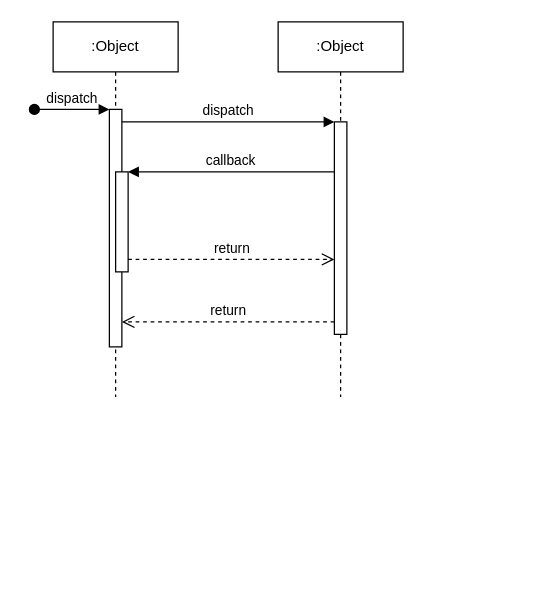
kotakota4/AndoDatasetCollectionSystem keeps this draw.io diagram as Sequence.drawio. Above is the earlier version. Source tidied: cells renumbered, new cells numbered last; positions are measured from the earlier drawing's top-left corner, leaving out a move shared by most shapes. Both pictures are drawn from the tidied source at 125%, with x=0, y=0 at pixel (34, 21).
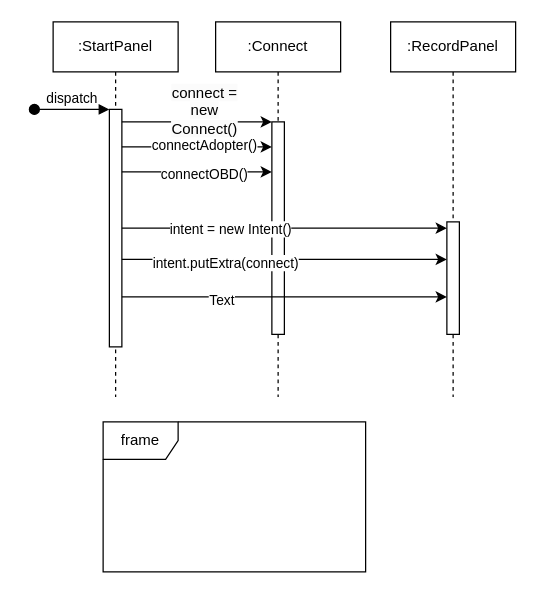
The same page after the edit.

The change refers to these unchanged cells:
```xml
<mxCell id="3" style="html=1;points=[];perimeter=orthogonalPerimeter;outlineConnect=0;targetShapes=umlLifeline;portConstraint=eastwest;newEdgeStyle={&quot;edgeStyle&quot;:&quot;elbowEdgeStyle&quot;,&quot;elbow&quot;:&quot;vertical&quot;,&quot;curved&quot;:0,&quot;rounded&quot;:0};" parent="2" vertex="1">
  <mxGeometry x="45" y="70" width="10" height="190" as="geometry" />
</mxCell>
```

What changed in the source:
```diff
@@
-    <mxCell id="2" value=":Object" style="shape=umlLifeline;perimeter=lifelinePerimeter;whiteSpace=wrap;html=1;newEdgeStyle={&quot;edgeStyle&quot;:&quot;elbowEdgeStyle&quot;,&quot;elbow&quot;:&quot;vertical&quot;,&quot;curved&quot;:0,&quot;rounded&quot;:0};" parent="1" vertex="1">
+    <mxCell id="2" value=":StartPanel" style="shape=umlLifeline;perimeter=lifelinePerimeter;whiteSpace=wrap;html=1;newEdgeStyle={&quot;edgeStyle&quot;:&quot;elbowEdgeStyle&quot;,&quot;elbow&quot;:&quot;vertical&quot;,&quot;curved&quot;:0,&quot;rounded&quot;:0};" parent="1" vertex="1">
       <mxGeometry x="15" width="100" height="300" as="geometry" />
     </mxCell>
@@
-    <mxCell id="5" style="html=1;points=[];perimeter=orthogonalPerimeter;outlineConnect=0;targetShapes=umlLifeline;portConstraint=eastwest;newEdgeStyle={&quot;edgeStyle&quot;:&quot;elbowEdgeStyle&quot;,&quot;elbow&quot;:&quot;vertical&quot;,&quot;curved&quot;:0,&quot;rounded&quot;:0};" parent="2" vertex="1">
-      <mxGeometry x="50" y="120" width="10" height="80" as="geometry" />
-    </mxCell>
-    <mxCell id="6" value=":Object" style="shape=umlLifeline;perimeter=lifelinePerimeter;whiteSpace=wrap;html=1;newEdgeStyle={&quot;edgeStyle&quot;:&quot;elbowEdgeStyle&quot;,&quot;elbow&quot;:&quot;vertical&quot;,&quot;curved&quot;:0,&quot;rounded&quot;:0};" parent="1" vertex="1">
-      <mxGeometry x="195" width="100" height="300" as="geometry" />
+    <mxCell id="6" value=":RecordPanel" style="shape=umlLifeline;perimeter=lifelinePerimeter;whiteSpace=wrap;html=1;newEdgeStyle={&quot;edgeStyle&quot;:&quot;elbowEdgeStyle&quot;,&quot;elbow&quot;:&quot;vertical&quot;,&quot;curved&quot;:0,&quot;rounded&quot;:0};" parent="1" vertex="1">
+      <mxGeometry x="285" width="100" height="300" as="geometry" />
     </mxCell>
     <mxCell id="7" style="html=1;points=[];perimeter=orthogonalPerimeter;outlineConnect=0;targetShapes=umlLifeline;portConstraint=eastwest;newEdgeStyle={&quot;edgeStyle&quot;:&quot;elbowEdgeStyle&quot;,&quot;elbow&quot;:&quot;vertical&quot;,&quot;curved&quot;:0,&quot;rounded&quot;:0};" parent="6" vertex="1">
-      <mxGeometry x="45" y="80" width="10" height="170" as="geometry" />
+      <mxGeometry x="45" y="160" width="10" height="90" as="geometry" />
     </mxCell>
+    <mxCell id="12" value="frame" style="shape=umlFrame;whiteSpace=wrap;html=1;" parent="1" vertex="1">
+      <mxGeometry x="55" y="320" width="210" height="120" as="geometry" />
+    </mxCell>
+    <mxCell id="13" style="endArrow=classic;html=1;rounded=0;" parent="1" edge="1">
+      <mxGeometry relative="1" as="geometry">
+        <mxPoint x="70" y="80" as="sourcePoint" />
+        <mxPoint x="190" y="80" as="targetPoint" />
+      </mxGeometry>
+    </mxCell>
+    <mxCell id="14" value="&lt;span style=&quot;font-size: 12px; text-wrap: wrap; background-color: rgb(251, 251, 251);&quot;&gt;connect = new Connect()&lt;/span&gt;" style="edgeLabel;html=1;align=center;verticalAlign=middle;" parent="13" vertex="1">
+      <mxGeometry x="0.41" y="1" relative="1" as="geometry">
+        <mxPoint x="-20" y="-9" as="offset" />
+      </mxGeometry>
+    </mxCell>
+    <mxCell id="15" value=":Connect" style="shape=umlLifeline;perimeter=lifelinePerimeter;whiteSpace=wrap;html=1;newEdgeStyle={&quot;edgeStyle&quot;:&quot;elbowEdgeStyle&quot;,&quot;elbow&quot;:&quot;vertical&quot;,&quot;curved&quot;:0,&quot;rounded&quot;:0};" parent="1" vertex="1">
+      <mxGeometry x="145" width="100" height="300" as="geometry" />
+    </mxCell>
+    <mxCell id="16" style="html=1;points=[];perimeter=orthogonalPerimeter;outlineConnect=0;targetShapes=umlLifeline;portConstraint=eastwest;newEdgeStyle={&quot;edgeStyle&quot;:&quot;elbowEdgeStyle&quot;,&quot;elbow&quot;:&quot;vertical&quot;,&quot;curved&quot;:0,&quot;rounded&quot;:0};" parent="15" vertex="1">
+      <mxGeometry x="45" y="80" width="10" height="170" as="geometry" />
+    </mxCell>
+    <mxCell id="17" style="endArrow=classic;html=1;rounded=0;" parent="1" edge="1" target="16">
+      <mxGeometry relative="1" as="geometry">
+        <mxPoint x="70" y="100" as="sourcePoint" />
+      </mxGeometry>
+    </mxCell>
+    <mxCell id="18" value="connectAdopter()" style="edgeLabel;html=1;align=center;verticalAlign=middle;" parent="17" vertex="1">
+      <mxGeometry x="0.3" y="2" relative="1" as="geometry">
+        <mxPoint x="-13" as="offset" />
+      </mxGeometry>
+    </mxCell>
+    <mxCell id="19" style="endArrow=classic;html=1;rounded=0;" parent="1" edge="1" source="3" target="16">
+      <mxGeometry relative="1" as="geometry">
+        <Array as="points">
+          <mxPoint x="135" y="120" />
+        </Array>
+      </mxGeometry>
+    </mxCell>
+    <mxCell id="20" value="connectOBD()" style="edgeLabel;html=1;align=center;verticalAlign=middle;" parent="19" vertex="1">
+      <mxGeometry x="0.39" y="-1" relative="1" as="geometry">
+        <mxPoint x="-18" as="offset" />
+      </mxGeometry>
+    </mxCell>
-    <mxCell id="8" value="dispatch" style="html=1;verticalAlign=bottom;endArrow=block;edgeStyle=elbowEdgeStyle;elbow=vertical;curved=0;rounded=0;" parent="1" edge="1" source="3" target="7">
-      <mxGeometry relative="1" as="geometry">
-        <Array as="points">
-          <mxPoint x="155" y="80" />
-        </Array>
-      </mxGeometry>
+    <mxCell id="8" style="endArrow=classic;html=1;rounded=0;" parent="1" edge="1" source="3" target="7">
+      <mxGeometry relative="1" as="geometry" />
     </mxCell>
-    <mxCell id="9" value="return" style="html=1;verticalAlign=bottom;endArrow=open;dashed=1;endSize=8;edgeStyle=elbowEdgeStyle;elbow=vertical;curved=0;rounded=0;" parent="1" edge="1" source="7" target="3">
-      <mxGeometry relative="1" as="geometry">
-        <Array as="points">
-          <mxPoint x="165" y="240" />
-        </Array>
-      </mxGeometry>
-    </mxCell>
-    <mxCell id="10" value="callback" style="html=1;verticalAlign=bottom;endArrow=block;edgeStyle=elbowEdgeStyle;elbow=vertical;curved=0;rounded=0;" parent="1" edge="1" source="7" target="5">
-      <mxGeometry relative="1" as="geometry">
-        <Array as="points">
-          <mxPoint x="165" y="120" />
-        </Array>
-      </mxGeometry>
-    </mxCell>
-    <mxCell id="11" value="return" style="html=1;verticalAlign=bottom;endArrow=open;dashed=1;endSize=8;edgeStyle=elbowEdgeStyle;elbow=vertical;curved=0;rounded=0;" parent="1" edge="1" source="5" target="7">
-      <mxGeometry relative="1" as="geometry">
-        <Array as="points">
-          <mxPoint x="155" y="190" />
-        </Array>
-      </mxGeometry>
-    </mxCell>
+    <mxCell id="21" value="intent = new Intent()" style="edgeLabel;html=1;align=center;verticalAlign=middle;" parent="8" vertex="1">
+      <mxGeometry x="-0.34" relative="1" as="geometry" />
+    </mxCell>
+    <mxCell id="22" style="endArrow=classic;html=1;rounded=0;" parent="1" edge="1" target="7">
+      <mxGeometry relative="1" as="geometry">
+        <mxPoint x="70" y="190" as="sourcePoint" />
+      </mxGeometry>
+    </mxCell>
+    <mxCell id="23" value="intent.putExtra(connect)" style="edgeLabel;html=1;align=center;verticalAlign=middle;" parent="22" vertex="1">
+      <mxGeometry x="-0.37" y="-2" relative="1" as="geometry" />
+    </mxCell>
+    <mxCell id="24" style="endArrow=classic;html=1;rounded=0;" parent="1" edge="1" target="7">
+      <mxGeometry relative="1" as="geometry">
+        <mxPoint x="70" y="220" as="sourcePoint" />
+      </mxGeometry>
+    </mxCell>
+    <mxCell id="25" value="Text" style="edgeLabel;html=1;align=center;verticalAlign=middle;" parent="24" vertex="1">
+      <mxGeometry x="-0.39" y="-2" relative="1" as="geometry" />
+    </mxCell>
```
